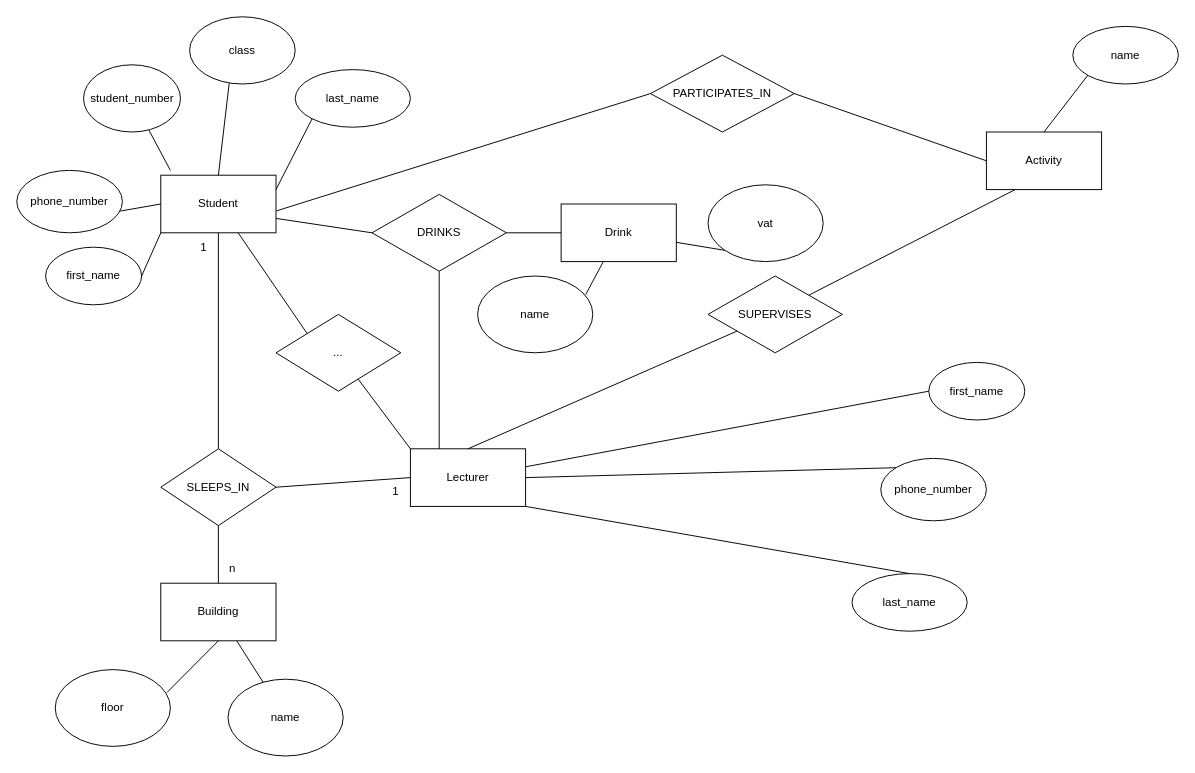
Earlier version of the draw.io diagram DatabasesERDdiagram.drawio (tnb1604/DatabasesProject). Source tidied: cells renumbered, new cells numbered last; positions are measured from the earlier drawing's top-left corner, leaving out a move shared by most shapes. Both pictures are drawn from the tidied source at 96%, with x=0, y=0 at pixel (16, 16).
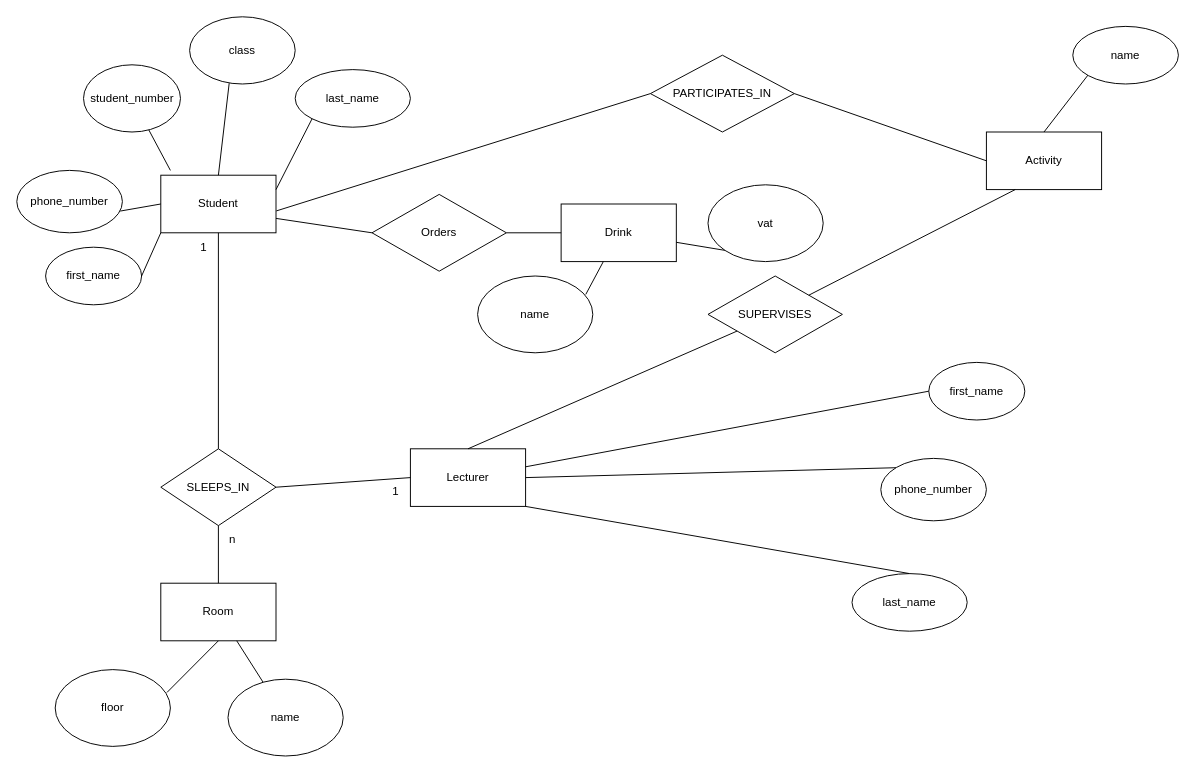
After the change.

Unchanged cells that the change refers to:
```xml
<mxCell id="2" value="Student" style="rounded=0;whiteSpace=wrap;html=1;" parent="1" vertex="1">
  <mxGeometry x="150" y="165" width="120" height="60" as="geometry" />
</mxCell>
<mxCell id="26" value="Lecturer" style="rounded=0;whiteSpace=wrap;html=1;" parent="1" vertex="1">
  <mxGeometry x="410" y="450" width="120" height="60" as="geometry" />
</mxCell>
```

Diff of the diagram source:
```diff
@@
-    <mxCell id="4" value="Building" style="rounded=0;whiteSpace=wrap;html=1;" parent="1" vertex="1">
+    <mxCell id="4" value="Room" style="rounded=0;whiteSpace=wrap;html=1;" parent="1" vertex="1">
       <mxGeometry x="150" y="590" width="120" height="60" as="geometry" />
     </mxCell>
@@
-    <mxCell id="40" value="DRINKS" style="rhombus;whiteSpace=wrap;html=1;" parent="1" vertex="1">
+    <mxCell id="40" value="Orders" style="rhombus;whiteSpace=wrap;html=1;" parent="1" vertex="1">
       <mxGeometry x="370" y="185" width="140" height="80" as="geometry" />
     </mxCell>
@@
-    <mxCell id="43" style="endArrow=none;html=1;rounded=0;exitX=0.5;exitY=1;exitDx=0;exitDy=0;entryX=0.25;entryY=0;entryDx=0;entryDy=0;" parent="1" edge="1" source="40" target="26">
-      <mxGeometry relative="1" as="geometry" />
-    </mxCell>
     <mxCell id="44" value="n" style="text;html=1;align=center;verticalAlign=middle;whiteSpace=wrap;rounded=0;" parent="1" vertex="1">
-      <mxGeometry x="210" y="560" width="30" height="30" as="geometry" />
+      <mxGeometry x="210" y="530" width="30" height="30" as="geometry" />
     </mxCell>
-    <mxCell id="45" value="..." style="rhombus;whiteSpace=wrap;html=1;" parent="1" vertex="1">
-      <mxGeometry x="270" y="310" width="130" height="80" as="geometry" />
-    </mxCell>
@@
-    <mxCell id="47" style="endArrow=none;html=1;rounded=0;exitX=0;exitY=0;exitDx=0;exitDy=0;" parent="1" edge="1" source="45" target="2">
-      <mxGeometry relative="1" as="geometry" />
-    </mxCell>
@@
-    <mxCell id="49" style="endArrow=none;html=1;rounded=0;entryX=0;entryY=0;entryDx=0;entryDy=0;" parent="1" edge="1" source="45" target="26">
-      <mxGeometry relative="1" as="geometry" />
-    </mxCell>
```
